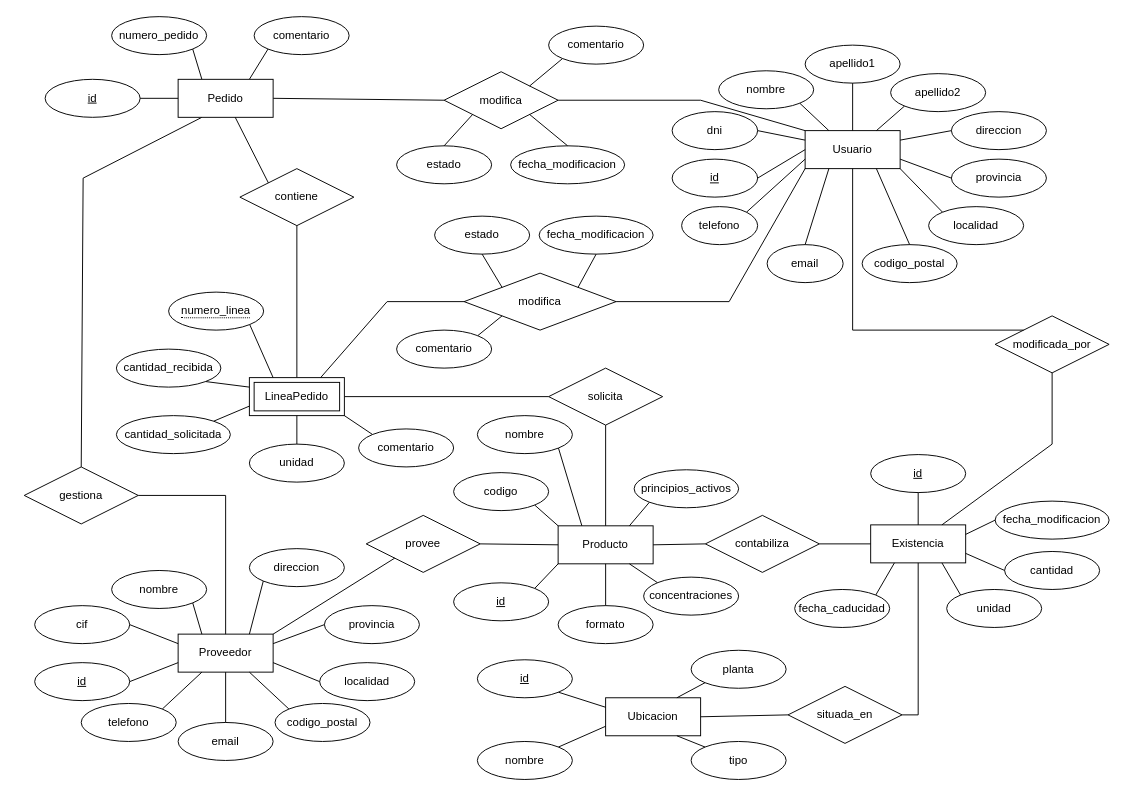
The draw.io diagram Diagrama sin título.drawio in mariopr25/AlmacenMedicamentosER, before the edit. Source tidied: cells renumbered, new cells numbered last; positions are measured from the earlier drawing's top-left corner, leaving out a move shared by most shapes. Both pictures are drawn from the tidied source at 95%, with x=0, y=0 at pixel (16, 16).
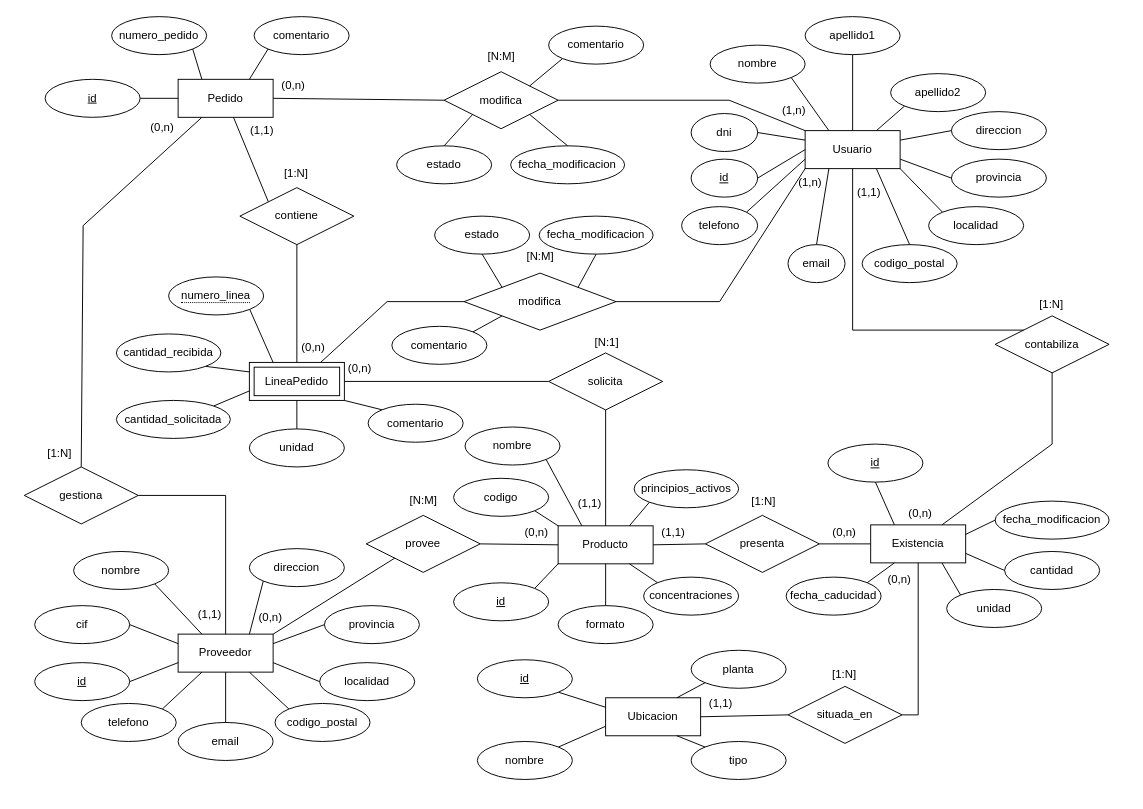
The same diagram, later.

Commit message:
Añadidas cardinalidades

The change refers to these unchanged cells:
```xml
<mxCell id="2" style="group;" parent="1" vertex="1">
  <mxGeometry y="580" width="440" height="210" as="geometry" />
</mxCell>
<mxCell id="3" value="Proveedor" style="whiteSpace=wrap;html=1;align=center;" parent="2" vertex="1">
  <mxGeometry x="170" y="70" width="100" height="40" as="geometry" />
</mxCell>
<mxCell id="23" style="group;" parent="1" vertex="1">
  <mxGeometry x="660" y="30" width="440" height="250" as="geometry" />
</mxCell>
<mxCell id="24" value="&lt;div&gt;Usuario&lt;/div&gt;" style="whiteSpace=wrap;html=1;align=center;" parent="23" vertex="1">
  <mxGeometry x="170" y="90" width="100" height="40" as="geometry" />
</mxCell>
<mxCell id="57" style="group;" parent="1" vertex="1">
  <mxGeometry x="410" y="474" width="360" height="162" as="geometry" />
</mxCell>
<mxCell id="68" style="group;" parent="1" vertex="1">
  <mxGeometry x="819" y="445" width="350" height="220" as="geometry" />
</mxCell>
<mxCell id="69" value="&lt;div&gt;Existencia&lt;/div&gt;" style="whiteSpace=wrap;html=1;align=center;" parent="68" vertex="1">
  <mxGeometry x="80" y="90" width="100" height="40" as="geometry" />
</mxCell>
<mxCell id="88" value="gestiona" style="shape=rhombus;perimeter=rhombusPerimeter;whiteSpace=wrap;html=1;align=center;" parent="1" vertex="1">
  <mxGeometry x="8" y="474" width="120" height="60" as="geometry" />
</mxCell>
<mxCell id="91" value="modifica" style="shape=rhombus;perimeter=rhombusPerimeter;whiteSpace=wrap;html=1;align=center;" parent="1" vertex="1">
  <mxGeometry x="450" y="58" width="120" height="60" as="geometry" />
</mxCell>
<mxCell id="99" value="Pedido" style="whiteSpace=wrap;html=1;align=center;" parent="94" vertex="1">
  <mxGeometry x="140" y="66" width="100" height="40" as="geometry" />
</mxCell>
<mxCell id="108" value="modifica" style="shape=rhombus;perimeter=rhombusPerimeter;whiteSpace=wrap;html=1;align=center;" parent="1" vertex="1">
  <mxGeometry x="471" y="270" width="160" height="60" as="geometry" />
</mxCell>
```

Diff of the diagram source:
```diff
@@
-    <mxCell id="4" value="&lt;div&gt;nombre&lt;/div&gt;" style="ellipse;whiteSpace=wrap;html=1;align=center;" parent="2" vertex="1">
-      <mxGeometry x="100" y="3" width="100" height="40" as="geometry" />
-    </mxCell>
@@
-    <mxCell id="15" style="endArrow=none;html=1;rounded=0;exitX=1;exitY=1;exitDx=0;exitDy=0;entryX=0.25;entryY=0;entryDx=0;entryDy=0;" parent="2" edge="1" source="4" target="3">
-      <mxGeometry relative="1" as="geometry" />
-    </mxCell>
@@
     <mxCell id="25" value="&lt;div&gt;nombre&lt;/div&gt;" style="ellipse;whiteSpace=wrap;html=1;align=center;" parent="23" vertex="1">
-      <mxGeometry x="79" y="27" width="100" height="40" as="geometry" />
+      <mxGeometry x="70" width="100" height="40" as="geometry" />
     </mxCell>
     <mxCell id="26" value="dni" style="ellipse;whiteSpace=wrap;html=1;align=center;" parent="23" vertex="1">
-      <mxGeometry x="30" y="70" width="90" height="40" as="geometry" />
+      <mxGeometry x="50" y="72" width="70" height="40" as="geometry" />
     </mxCell>
     <mxCell id="27" value="id" style="ellipse;whiteSpace=wrap;html=1;align=center;fontStyle=4;" parent="23" vertex="1">
-      <mxGeometry x="30" y="120" width="90" height="40" as="geometry" />
+      <mxGeometry x="50" y="120" width="70" height="40" as="geometry" />
     </mxCell>
-    <mxCell id="28" value="&lt;div&gt;apellido1&lt;/div&gt;" style="ellipse;whiteSpace=wrap;html=1;align=center;" parent="23" vertex="1">
-      <mxGeometry x="170" width="100" height="40" as="geometry" />
-    </mxCell>
@@
     <mxCell id="34" value="email" style="ellipse;whiteSpace=wrap;html=1;align=center;" parent="23" vertex="1">
-      <mxGeometry x="130" y="210" width="80" height="40" as="geometry" />
+      <mxGeometry x="152" y="210" width="60" height="40" as="geometry" />
     </mxCell>
@@
-    <mxCell id="39" style="endArrow=none;html=1;rounded=0;exitX=0.5;exitY=1;exitDx=0;exitDy=0;entryX=0.5;entryY=0;entryDx=0;entryDy=0;" parent="23" edge="1" source="28" target="24">
-      <mxGeometry relative="1" as="geometry" />
-    </mxCell>
@@
+    <mxCell id="142" value="(1,n)" style="text;html=1;align=center;verticalAlign=middle;strokeColor=none;fillColor=none;" parent="23" vertex="1">
+      <mxGeometry x="150" y="130" width="50" height="30" as="geometry" />
+    </mxCell>
@@
+    <mxCell id="143" value="[N:M]" style="text;html=1;align=center;verticalAlign=middle;strokeColor=none;fillColor=none;" parent="57" vertex="1">
+      <mxGeometry x="-7" y="21" width="50" height="30" as="geometry" />
+    </mxCell>
-    <mxCell id="67" value="contabiliza" style="shape=rhombus;perimeter=rhombusPerimeter;whiteSpace=wrap;html=1;align=center;" parent="1" vertex="1">
+    <mxCell id="67" value="presenta" style="shape=rhombus;perimeter=rhombusPerimeter;whiteSpace=wrap;html=1;align=center;" parent="1" vertex="1">
       <mxGeometry x="725" y="525" width="120" height="60" as="geometry" />
     </mxCell>
@@
     <mxCell id="70" value="id" style="ellipse;whiteSpace=wrap;html=1;align=center;fontStyle=4;" parent="68" vertex="1">
-      <mxGeometry x="80" y="16" width="100" height="40" as="geometry" />
+      <mxGeometry x="35" y="5" width="100" height="40" as="geometry" />
     </mxCell>
@@
     <mxCell id="74" value="fecha_caducidad" style="ellipse;whiteSpace=wrap;html=1;align=center;" parent="68" vertex="1">
-      <mxGeometry y="158" width="100" height="40" as="geometry" />
+      <mxGeometry x="-9" y="145" width="100" height="40" as="geometry" />
     </mxCell>
-    <mxCell id="75" style="endArrow=none;html=1;rounded=0;entryX=0.5;entryY=0;entryDx=0;entryDy=0;exitX=0.5;exitY=1;exitDx=0;exitDy=0;" parent="68" edge="1" source="70" target="69">
+    <mxCell id="75" style="endArrow=none;html=1;rounded=0;entryX=0.25;entryY=0;entryDx=0;entryDy=0;exitX=0.5;exitY=1;exitDx=0;exitDy=0;" parent="68" edge="1" source="70" target="69">
       <mxGeometry relative="1" as="geometry" />
     </mxCell>
@@
+    <mxCell id="144" value="(0,n)" style="text;html=1;align=center;verticalAlign=middle;strokeColor=none;fillColor=none;" parent="68" vertex="1">
+      <mxGeometry x="85" y="133" width="50" height="30" as="geometry" />
+    </mxCell>
@@
-    <mxCell id="85" value="modificada_por" style="shape=rhombus;perimeter=rhombusPerimeter;whiteSpace=wrap;html=1;align=center;" parent="1" vertex="1">
+    <mxCell id="85" value="&lt;div&gt;contabiliza&lt;/div&gt;" style="shape=rhombus;perimeter=rhombusPerimeter;whiteSpace=wrap;html=1;align=center;" parent="1" vertex="1">
       <mxGeometry x="1030" y="315" width="120" height="60" as="geometry" />
     </mxCell>
@@
     <mxCell id="89" style="endArrow=none;html=1;rounded=0;exitX=0.25;exitY=1;exitDx=0;exitDy=0;entryX=0.5;entryY=0;entryDx=0;entryDy=0;" parent="1" edge="1" source="99" target="88">
       <mxGeometry relative="1" as="geometry">
         <Array as="points">
-          <mxPoint x="70" y="170" />
+          <mxPoint x="70" y="220" />
         </Array>
       </mxGeometry>
     </mxCell>
@@
     <mxCell id="92" style="endArrow=none;html=1;rounded=0;entryX=0;entryY=0;entryDx=0;entryDy=0;exitX=1;exitY=0.5;exitDx=0;exitDy=0;" parent="1" edge="1" source="91" target="24">
       <mxGeometry relative="1" as="geometry">
         <Array as="points">
-          <mxPoint x="720" y="88" />
+          <mxPoint x="750" y="88" />
         </Array>
       </mxGeometry>
     </mxCell>
@@
     <mxCell id="102" value="contiene" style="shape=rhombus;perimeter=rhombusPerimeter;whiteSpace=wrap;html=1;align=center;" parent="1" vertex="1">
-      <mxGeometry x="235" y="160" width="120" height="60" as="geometry" />
+      <mxGeometry x="235" y="180" width="120" height="60" as="geometry" />
     </mxCell>
     <mxCell id="103" value="&lt;div&gt;solicita&lt;/div&gt;" style="shape=rhombus;perimeter=rhombusPerimeter;whiteSpace=wrap;html=1;align=center;" parent="1" vertex="1">
-      <mxGeometry x="560" y="370" width="120" height="60" as="geometry" />
+      <mxGeometry x="560" y="354" width="120" height="60" as="geometry" />
     </mxCell>
@@
     <mxCell id="109" style="group;" parent="1" vertex="1">
-      <mxGeometry x="105" y="300" width="480" height="230" as="geometry" />
+      <mxGeometry x="105" y="284" width="480" height="230" as="geometry" />
     </mxCell>
@@
     <mxCell id="114" value="comentario" style="ellipse;whiteSpace=wrap;html=1;align=center;" parent="109" vertex="1">
-      <mxGeometry x="255" y="134" width="100" height="40" as="geometry" />
+      <mxGeometry x="265" y="124" width="100" height="40" as="geometry" />
     </mxCell>
@@
     <mxCell id="121" value="comentario" style="ellipse;whiteSpace=wrap;html=1;align=center;" parent="109" vertex="1">
-      <mxGeometry x="295" y="30" width="100" height="40" as="geometry" />
+      <mxGeometry x="290" y="42" width="100" height="40" as="geometry" />
     </mxCell>
     <mxCell id="122" value="codigo" style="ellipse;whiteSpace=wrap;html=1;align=center;" parent="109" vertex="1">
-      <mxGeometry x="355" y="180" width="100" height="40" as="geometry" />
+      <mxGeometry x="355" y="202" width="100" height="40" as="geometry" />
     </mxCell>
     <mxCell id="123" value="nombre" style="ellipse;whiteSpace=wrap;html=1;align=center;" parent="109" vertex="1">
-      <mxGeometry x="380" y="120" width="100" height="40" as="geometry" />
+      <mxGeometry x="367" y="148" width="100" height="40" as="geometry" />
     </mxCell>
@@
     <mxCell id="127" style="endArrow=none;html=1;rounded=0;entryX=0;entryY=1;entryDx=0;entryDy=0;exitX=1;exitY=0.5;exitDx=0;exitDy=0;" parent="1" edge="1" source="108" target="24">
       <mxGeometry relative="1" as="geometry">
         <Array as="points">
-          <mxPoint x="750" y="300" />
+          <mxPoint x="740" y="300" />
         </Array>
       </mxGeometry>
     </mxCell>
@@
+    <mxCell id="145" value="(0,n)" style="text;html=1;align=center;verticalAlign=middle;strokeColor=none;fillColor=none;" parent="1" vertex="1">
+      <mxGeometry x="242" y="618" width="50" height="30" as="geometry" />
+    </mxCell>
+    <mxCell id="146" value="(0,n)" style="text;html=1;align=center;verticalAlign=middle;strokeColor=none;fillColor=none;" parent="1" vertex="1">
+      <mxGeometry x="522" y="528" width="50" height="30" as="geometry" />
+    </mxCell>
+    <mxCell id="147" value="(1,1)" style="text;html=1;align=center;verticalAlign=middle;strokeColor=none;fillColor=none;" parent="1" vertex="1">
+      <mxGeometry x="716" y="708" width="50" height="30" as="geometry" />
+    </mxCell>
+    <mxCell id="148" value="[1:N]" style="text;html=1;align=center;verticalAlign=middle;strokeColor=none;fillColor=none;" parent="1" vertex="1">
+      <mxGeometry x="846" y="678" width="50" height="30" as="geometry" />
+    </mxCell>
+    <mxCell id="149" value="(0,n)" style="text;html=1;align=center;verticalAlign=middle;strokeColor=none;fillColor=none;" parent="1" vertex="1">
+      <mxGeometry x="846" y="528" width="50" height="30" as="geometry" />
+    </mxCell>
+    <mxCell id="150" value="(1,1)" style="text;html=1;align=center;verticalAlign=middle;strokeColor=none;fillColor=none;" parent="1" vertex="1">
+      <mxGeometry x="666" y="528" width="50" height="30" as="geometry" />
+    </mxCell>
+    <mxCell id="151" value="[1:N]" style="text;html=1;align=center;verticalAlign=middle;strokeColor=none;fillColor=none;" parent="1" vertex="1">
+      <mxGeometry x="761" y="496" width="50" height="30" as="geometry" />
+    </mxCell>
+    <mxCell id="152" value="(0,n)" style="text;html=1;align=center;verticalAlign=middle;strokeColor=none;fillColor=none;" parent="1" vertex="1">
+      <mxGeometry x="336" y="356" width="50" height="30" as="geometry" />
+    </mxCell>
+    <mxCell id="153" value="(1,1)" style="text;html=1;align=center;verticalAlign=middle;strokeColor=none;fillColor=none;" parent="1" vertex="1">
+      <mxGeometry x="578" y="498" width="50" height="30" as="geometry" />
+    </mxCell>
+    <mxCell id="154" value="[N:1]" style="text;html=1;align=center;verticalAlign=middle;strokeColor=none;fillColor=none;" parent="1" vertex="1">
+      <mxGeometry x="596" y="328" width="50" height="30" as="geometry" />
+    </mxCell>
+    <mxCell id="155" value="(0,n)" style="text;html=1;align=center;verticalAlign=middle;strokeColor=none;fillColor=none;" parent="1" vertex="1">
+      <mxGeometry x="926" y="508" width="50" height="30" as="geometry" />
+    </mxCell>
+    <mxCell id="156" value="(1,1)" style="text;html=1;align=center;verticalAlign=middle;strokeColor=none;fillColor=none;" parent="1" vertex="1">
+      <mxGeometry x="872" y="170" width="50" height="30" as="geometry" />
+    </mxCell>
+    <mxCell id="157" value="[1:N]" style="text;html=1;align=center;verticalAlign=middle;strokeColor=none;fillColor=none;" parent="1" vertex="1">
+      <mxGeometry x="1064" y="288" width="50" height="30" as="geometry" />
+    </mxCell>
+    <mxCell id="158" value="(1,n)" style="text;html=1;align=center;verticalAlign=middle;strokeColor=none;fillColor=none;" parent="1" vertex="1">
+      <mxGeometry x="793" y="84" width="50" height="30" as="geometry" />
+    </mxCell>
+    <mxCell id="159" value="(0,n)" style="text;html=1;align=center;verticalAlign=middle;strokeColor=none;fillColor=none;" parent="1" vertex="1">
+      <mxGeometry x="266" y="58" width="50" height="30" as="geometry" />
+    </mxCell>
+    <mxCell id="160" value="[N:M]" style="text;html=1;align=center;verticalAlign=middle;strokeColor=none;fillColor=none;" parent="1" vertex="1">
+      <mxGeometry x="485" y="27" width="50" height="30" as="geometry" />
+    </mxCell>
+    <mxCell id="161" value="(0,n)" style="text;html=1;align=center;verticalAlign=middle;strokeColor=none;fillColor=none;" parent="1" vertex="1">
+      <mxGeometry x="287" y="333" width="50" height="30" as="geometry" />
+    </mxCell>
+    <mxCell id="162" value="[N:M]" style="text;html=1;align=center;verticalAlign=middle;strokeColor=none;fillColor=none;" parent="1" vertex="1">
+      <mxGeometry x="526" y="238" width="50" height="30" as="geometry" />
+    </mxCell>
+    <mxCell id="163" value="(0,n)" style="text;html=1;align=center;verticalAlign=middle;strokeColor=none;fillColor=none;" parent="1" vertex="1">
+      <mxGeometry x="128" y="102" width="50" height="30" as="geometry" />
+    </mxCell>
+    <mxCell id="164" value="(1,1)" style="text;html=1;align=center;verticalAlign=middle;strokeColor=none;fillColor=none;" parent="1" vertex="1">
+      <mxGeometry x="178" y="614" width="50" height="30" as="geometry" />
+    </mxCell>
+    <mxCell id="4" value="&lt;div&gt;nombre&lt;/div&gt;" style="ellipse;whiteSpace=wrap;html=1;align=center;" parent="1" vertex="1">
+      <mxGeometry x="60" y="563" width="100" height="40" as="geometry" />
+    </mxCell>
+    <mxCell id="15" style="endArrow=none;html=1;rounded=0;exitX=1;exitY=1;exitDx=0;exitDy=0;entryX=0.25;entryY=0;entryDx=0;entryDy=0;" parent="1" edge="1" source="4" target="3">
+      <mxGeometry relative="1" as="geometry" />
+    </mxCell>
+    <mxCell id="165" value="[1:N]" style="text;html=1;align=center;verticalAlign=middle;strokeColor=none;fillColor=none;" parent="1" vertex="1">
+      <mxGeometry x="20" y="445" width="50" height="30" as="geometry" />
+    </mxCell>
+    <mxCell id="166" value="[1:N]" style="text;html=1;align=center;verticalAlign=middle;strokeColor=none;fillColor=none;" parent="1" vertex="1">
+      <mxGeometry x="269" y="150" width="50" height="30" as="geometry" />
+    </mxCell>
+    <mxCell id="167" value="(1,1)" style="text;html=1;align=center;verticalAlign=middle;strokeColor=none;fillColor=none;" parent="1" vertex="1">
+      <mxGeometry x="233" y="105" width="50" height="30" as="geometry" />
+    </mxCell>
+    <mxCell id="28" value="&lt;div&gt;apellido1&lt;/div&gt;" style="ellipse;whiteSpace=wrap;html=1;align=center;" parent="1" vertex="1">
+      <mxGeometry x="830" width="100" height="40" as="geometry" />
+    </mxCell>
+    <mxCell id="39" style="endArrow=none;html=1;rounded=0;exitX=0.5;exitY=1;exitDx=0;exitDy=0;entryX=0.5;entryY=0;entryDx=0;entryDy=0;" parent="1" edge="1" source="28" target="24">
+      <mxGeometry relative="1" as="geometry" />
+    </mxCell>
```
